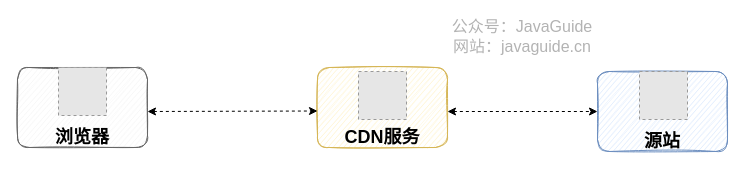
This is docs/high-performance/images/cdn/cdn-101.drawio from Snailclimb/JavaGuide, a draw.io file, before an edit. Source tidied: cells renumbered, new cells numbered last; positions are measured from the earlier drawing's top-left corner, leaving out a move shared by most shapes. Both pictures are drawn from the tidied source at 100%, with x=0, y=0 at pixel (17, 31). Pictures stored in the file or linked from it are replaced by grey dashed boxes.
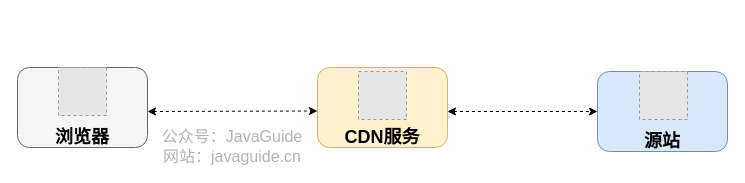
Above is the later version.

What changed in the source:
```diff
@@
 <mxGraphModel>
   <root>
     <mxCell id="0" />
     <mxCell id="1" parent="0" />
-    <mxCell id="2" value="公众号：JavaGuide&lt;br style=&quot;font-size: 16px&quot;&gt;网站：javaguide.cn" style="text;html=1;strokeColor=none;fillColor=none;align=center;verticalAlign=middle;whiteSpace=wrap;rounded=0;labelBackgroundColor=none;fontSize=16;fontColor=#B3B3B3;rotation=0;sketch=1;shadow=0;" parent="1" vertex="1">
-      <mxGeometry x="420" width="170" height="10" as="geometry" />
+    <mxCell id="2" value="公众号：JavaGuide&lt;br style=&quot;font-size: 16px&quot;&gt;网站：javaguide.cn" style="text;html=1;strokeColor=none;fillColor=none;align=center;verticalAlign=middle;whiteSpace=wrap;rounded=0;labelBackgroundColor=none;fontSize=16;fontColor=#B3B3B3;rotation=0;sketch=0;shadow=0;" parent="1" vertex="1">
+      <mxGeometry x="130" y="110" width="170" height="10" as="geometry" />
     </mxCell>
-    <mxCell id="3" style="group;fillColor=#f5f5f5;strokeColor=#666666;fontColor=#333333;sketch=1;rounded=1;glass=0;" parent="1" vertex="1">
+    <mxCell id="3" style="group;fillColor=#f5f5f5;strokeColor=#666666;fontColor=#333333;sketch=0;rounded=1;glass=0;" parent="1" vertex="1">
       <mxGeometry y="36" width="130" height="80" as="geometry" />
     </mxCell>
-    <mxCell id="4" style="group;" parent="3" vertex="1">
+    <mxCell id="4" style="group;sketch=0;" parent="3" vertex="1">
       <mxGeometry width="130" height="80" as="geometry" />
     </mxCell>
     <mxCell id="5" style="fillColor=#E6E6E6;strokeColor=#999999;dashed=1;verticalLabelPosition=bottom;labelBackgroundColor=#ffffff;verticalAlign=top;" parent="4" vertex="1">
       <mxGeometry x="41" width="48" height="48" as="geometry" />
     </mxCell>
-    <mxCell id="6" value="浏览器" style="text;html=1;strokeColor=none;fillColor=none;align=center;verticalAlign=middle;whiteSpace=wrap;rounded=0;fontSize=18;fontStyle=1;sketch=1;" parent="4" vertex="1">
+    <mxCell id="6" value="浏览器" style="text;html=1;strokeColor=none;fillColor=none;align=center;verticalAlign=middle;whiteSpace=wrap;rounded=0;fontSize=18;fontStyle=1;sketch=0;" parent="4" vertex="1">
       <mxGeometry y="60" width="130" height="20" as="geometry" />
     </mxCell>
-    <mxCell id="7" style="group;fillColor=#fff2cc;strokeColor=#d6b656;sketch=1;rounded=1;glass=0;" parent="1" vertex="1">
+    <mxCell id="7" style="group;fillColor=#fff2cc;strokeColor=#d6b656;sketch=0;rounded=1;glass=0;" parent="1" vertex="1">
       <mxGeometry x="300" y="36" width="130" height="80" as="geometry" />
     </mxCell>
-    <mxCell id="8" value="CDN服务" style="text;html=1;strokeColor=none;fillColor=none;align=center;verticalAlign=middle;whiteSpace=wrap;rounded=0;fontSize=18;fontStyle=1;sketch=1;" parent="7" vertex="1">
+    <mxCell id="8" value="CDN服务" style="text;html=1;strokeColor=none;fillColor=none;align=center;verticalAlign=middle;whiteSpace=wrap;rounded=0;fontSize=18;fontStyle=1;sketch=0;" parent="7" vertex="1">
       <mxGeometry y="60" width="130" height="20" as="geometry" />
     </mxCell>
     <mxCell id="9" style="fillColor=#E6E6E6;strokeColor=#999999;dashed=1;verticalLabelPosition=bottom;labelBackgroundColor=#ffffff;verticalAlign=top;" parent="7" vertex="1">
       <mxGeometry x="41" y="4" width="48" height="48" as="geometry" />
     </mxCell>
-    <mxCell id="10" style="group;fillColor=#dae8fc;strokeColor=#6c8ebf;sketch=1;rounded=1;glass=0;" parent="1" vertex="1">
+    <mxCell id="10" style="group;fillColor=#dae8fc;strokeColor=#6c8ebf;sketch=0;rounded=1;glass=0;" parent="1" vertex="1">
       <mxGeometry x="580" y="40" width="130" height="80" as="geometry" />
     </mxCell>
-    <mxCell id="11" value="源站" style="text;html=1;strokeColor=none;fillColor=none;align=center;verticalAlign=middle;whiteSpace=wrap;rounded=0;fontSize=18;fontStyle=1;sketch=1;" parent="10" vertex="1">
+    <mxCell id="11" value="源站" style="text;html=1;strokeColor=none;fillColor=none;align=center;verticalAlign=middle;whiteSpace=wrap;rounded=0;fontSize=18;fontStyle=1;sketch=0;" parent="10" vertex="1">
       <mxGeometry y="60" width="130" height="20" as="geometry" />
     </mxCell>
     <mxCell id="12" style="fillColor=#E6E6E6;strokeColor=#999999;dashed=1;verticalLabelPosition=bottom;labelBackgroundColor=#ffffff;verticalAlign=top;" parent="10" vertex="1">
       <mxGeometry x="42" width="48" height="48" as="geometry" />
     </mxCell>
-    <mxCell id="13" style="endArrow=classic;startArrow=classic;html=1;dashed=1;fontColor=#000000;" parent="1" edge="1">
+    <mxCell id="13" style="endArrow=classic;startArrow=classic;html=1;dashed=1;fontColor=#000000;sketch=0;" parent="1" edge="1">
       <mxGeometry relative="1" as="geometry">
         <mxPoint x="130" y="80" as="sourcePoint" />
         <mxPoint x="300" y="79.5" as="targetPoint" />
       </mxGeometry>
     </mxCell>
-    <mxCell id="14" style="endArrow=classic;startArrow=classic;html=1;dashed=1;fontColor=#000000;" parent="1" edge="1">
+    <mxCell id="14" style="endArrow=classic;startArrow=classic;html=1;dashed=1;fontColor=#000000;sketch=0;" parent="1" edge="1">
       <mxGeometry relative="1" as="geometry">
         <mxPoint x="430" y="80" as="sourcePoint" />
         <mxPoint x="580" y="80" as="targetPoint" />
       </mxGeometry>
     </mxCell>
   </root>
 </mxGraphModel>
```
